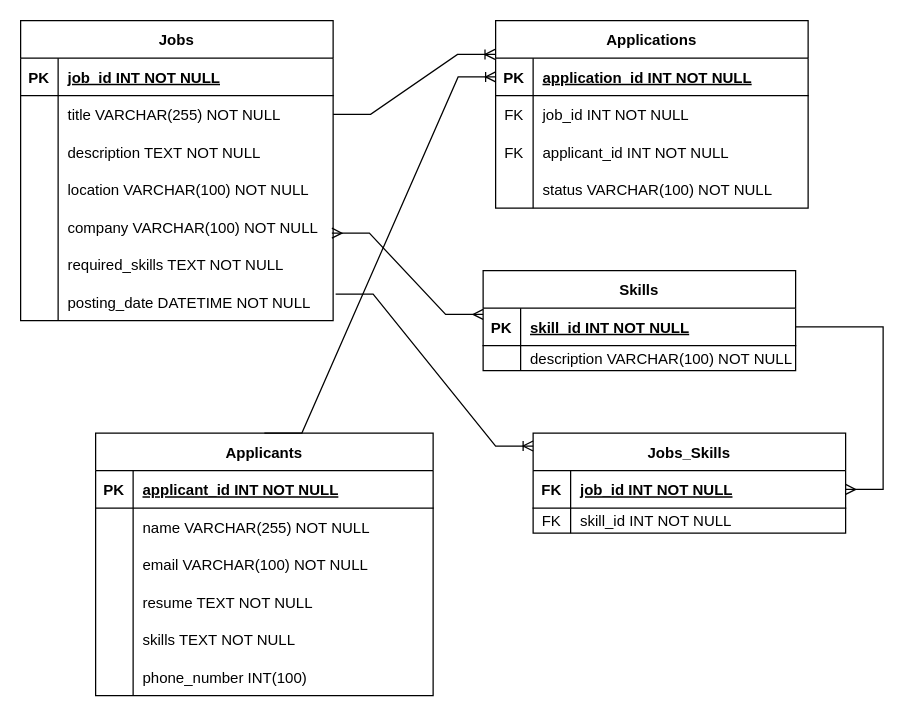
Above: JobManagement.drawio in bhargav1997/Easy-Fill (draw.io), before the change. Source tidied: cells renumbered, new cells numbered last; positions are measured from the earlier drawing's top-left corner, leaving out a move shared by most shapes. Both pictures are drawn from the tidied source at 125%, with x=0, y=0 at pixel (20, 20).
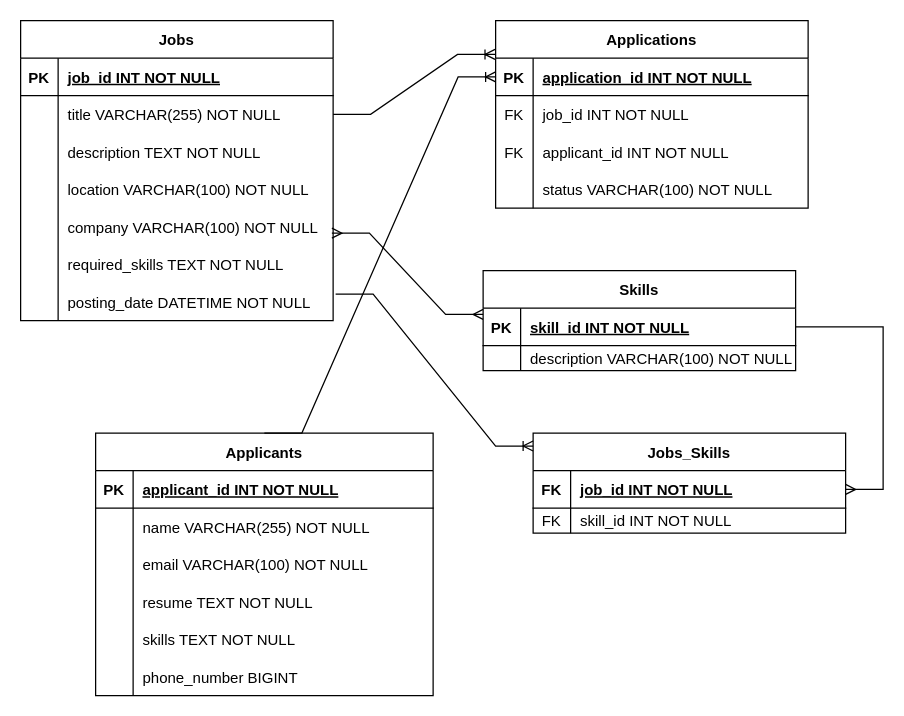
After the change.

Unchanged cells that the change refers to:
```xml
<mxCell id="40" style="shape=partialRectangle;fillColor=none;top=0;left=0;right=0;bottom=0;" parent="24" vertex="1">
  <mxGeometry y="180" width="270" height="30" as="geometry" />
</mxCell>
```

What changed in the source:
```diff
@@
-    <mxCell id="42" value="phone_number INT(100) " style="shape=partialRectangle;overflow=hidden;fillColor=none;top=0;left=0;bottom=0;right=0;align=left;spacingLeft=6;" parent="40" vertex="1">
+    <mxCell id="42" value="phone_number BIGINT " style="shape=partialRectangle;overflow=hidden;fillColor=none;top=0;left=0;bottom=0;right=0;align=left;spacingLeft=6;" parent="40" vertex="1">
       <mxGeometry x="30" width="240" height="30" as="geometry" />
     </mxCell>
```
